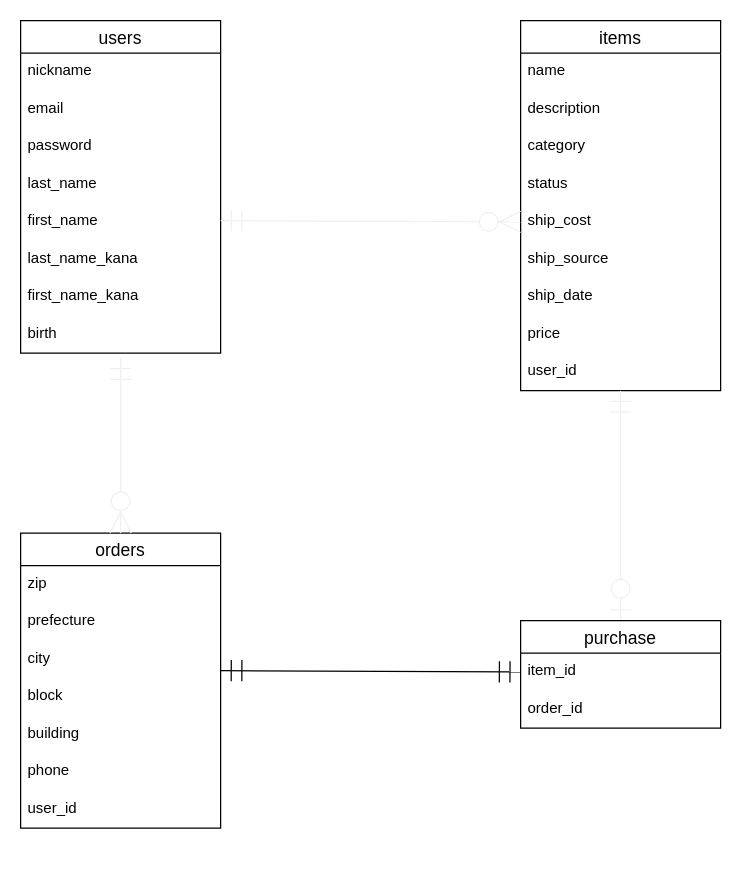
Above: furima.dio in Tatsuya9156/furima-33498 (draw.io), before the change. Source tidied: cells renumbered, new cells numbered last; positions are measured from the earlier drawing's top-left corner, leaving out a move shared by most shapes. Both pictures are drawn from the tidied source at 125%, with x=0, y=0 at pixel (20, 20).
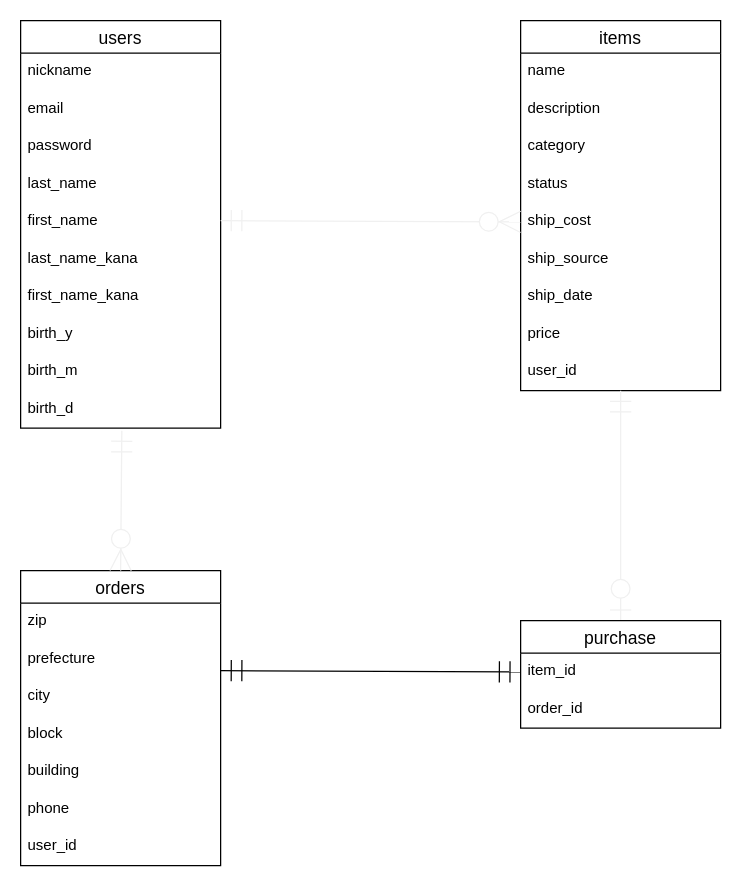
The same page after the edit.

Commit message (it also covers changes not shown here):
birthをactive_hashでの実装に修正

Change to the diagram source:
```diff
@@
     <mxCell id="2" value="users" style="swimlane;fontStyle=0;horizontal=1;startSize=26;align=center;fontSize=14;" parent="1" vertex="1">
-      <mxGeometry width="160" height="266" as="geometry" />
+      <mxGeometry width="160" height="326" as="geometry" />
     </mxCell>
@@
-    <mxCell id="10" value="birth" style="text;strokeColor=none;fillColor=none;spacingLeft=4;spacingRight=4;overflow=hidden;points=[[0,0.5],[1,0.5]];portConstraint=eastwest;fontSize=12;" parent="2" vertex="1">
+    <mxCell id="10" value="birth_y" style="text;strokeColor=none;fillColor=none;spacingLeft=4;spacingRight=4;overflow=hidden;points=[[0,0.5],[1,0.5]];portConstraint=eastwest;fontSize=12;" parent="2" vertex="1">
       <mxGeometry y="236" width="160" height="30" as="geometry" />
     </mxCell>
+    <mxCell id="36" value="birth_m" style="text;strokeColor=none;fillColor=none;spacingLeft=4;spacingRight=4;overflow=hidden;fontSize=12;" parent="2" vertex="1">
+      <mxGeometry y="266" width="160" height="30" as="geometry" />
+    </mxCell>
+    <mxCell id="37" value="birth_d" style="text;strokeColor=none;fillColor=none;spacingLeft=4;spacingRight=4;overflow=hidden;points=[[0,0.5],[1,0.5]];portConstraint=eastwest;fontSize=12;" parent="2" vertex="1">
+      <mxGeometry y="296" width="160" height="30" as="geometry" />
+    </mxCell>
@@
     <mxCell id="21" value="orders" style="swimlane;fontStyle=0;horizontal=1;startSize=26;align=center;fontSize=14;" parent="1" vertex="1">
-      <mxGeometry y="410" width="160" height="236" as="geometry" />
+      <mxGeometry y="440" width="160" height="236" as="geometry" />
     </mxCell>
@@
-    <mxCell id="29" style="endArrow=ERmandOne;html=1;rounded=0;strokeColor=#f0f0f0;strokeWidth=1;endFill=0;startArrow=ERzeroToMany;startFill=1;endSize=15;startSize=15;entryX=0.5;entryY=1.133;entryDx=0;entryDy=0;entryPerimeter=0;" parent="1" edge="1" target="10">
-      <mxGeometry relative="1" as="geometry">
-        <mxPoint x="80" y="410" as="sourcePoint" />
-      </mxGeometry>
+    <mxCell id="29" style="endArrow=ERmandOne;html=1;rounded=0;strokeColor=#f0f0f0;strokeWidth=1;endFill=0;startArrow=ERzeroToMany;startFill=1;endSize=15;startSize=15;exitX=0.5;exitY=0;exitDx=0;exitDy=0;entryX=0.506;entryY=1.067;entryDx=0;entryDy=0;entryPerimeter=0;" parent="1" edge="1" source="21" target="37">
+      <mxGeometry relative="1" as="geometry" />
     </mxCell>
```
